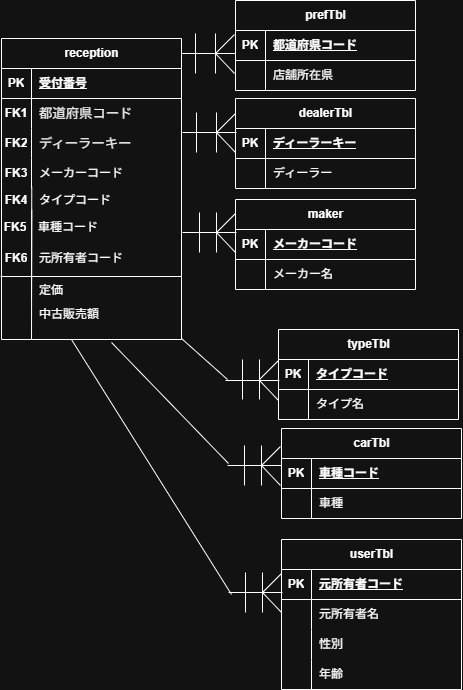
This is 理解度チェック＿正規化.drawio.png from tanakasaki1114/sql_drill, a draw.io export, as it was before one commit. Source tidied: cells renumbered, new cells last; positions are measured from the earlier drawing's top-left corner, leaving out a move shared by most shapes.
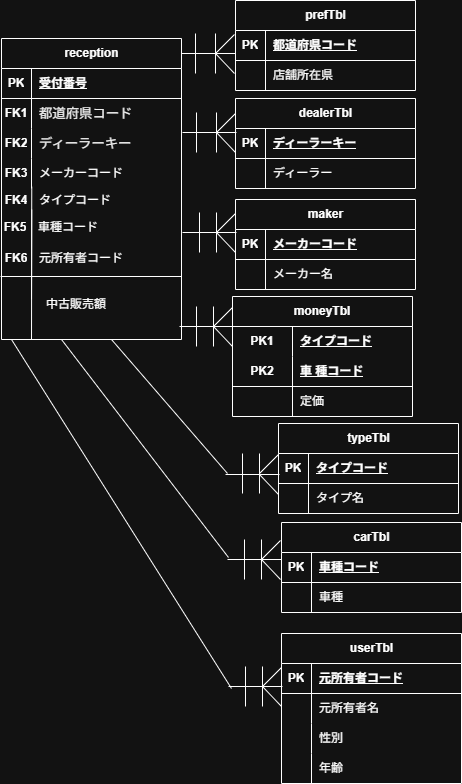
Later version of the same file.

Commit message:
修正致しました。

Diff of the diagram source:
```diff
@@ -102,7 +102,7 @@
       </mxGeometry>
     </mxCell>
     <mxCell id="20" style="group;rotation=-90;" parent="1" vertex="1">
-      <mxGeometry x="234" y="438" width="40" height="54" as="geometry" />
+      <mxGeometry x="234" y="532" width="40" height="54" as="geometry" />
     </mxCell>
     <mxCell id="21" style="endArrow=none;html=1;rounded=0;entryX=0.059;entryY=1.069;entryDx=0;entryDy=0;entryPerimeter=0;exitX=0.438;exitY=0;exitDx=0;exitDy=0;exitPerimeter=0;" parent="20" edge="1">
       <mxGeometry relative="1" as="geometry">
@@ -135,7 +135,7 @@
       </mxGeometry>
     </mxCell>
     <mxCell id="26" style="group;rotation=-90;" parent="1" vertex="1">
-      <mxGeometry x="232" y="352" width="40" height="54" as="geometry" />
+      <mxGeometry x="232" y="446" width="40" height="54" as="geometry" />
     </mxCell>
     <mxCell id="27" style="endArrow=none;html=1;rounded=0;entryX=0.059;entryY=1.069;entryDx=0;entryDy=0;entryPerimeter=0;exitX=0.438;exitY=0;exitDx=0;exitDy=0;exitPerimeter=0;" parent="26" edge="1">
       <mxGeometry relative="1" as="geometry">
@@ -168,7 +168,7 @@
       </mxGeometry>
     </mxCell>
     <mxCell id="32" style="group;rotation=-90;" parent="1" vertex="1">
-      <mxGeometry x="235" y="565" width="40" height="54" as="geometry" />
+      <mxGeometry x="235" y="659" width="40" height="54" as="geometry" />
     </mxCell>
     <mxCell id="33" style="endArrow=none;html=1;rounded=0;entryX=0.059;entryY=1.069;entryDx=0;entryDy=0;entryPerimeter=0;exitX=0.438;exitY=0;exitDx=0;exitDy=0;exitPerimeter=0;" parent="32" edge="1">
       <mxGeometry relative="1" as="geometry">
@@ -202,20 +202,20 @@
     </mxCell>
     <mxCell id="38" style="endArrow=none;html=1;rounded=0;" parent="1" edge="1">
       <mxGeometry relative="1" as="geometry">
-        <mxPoint x="181" y="338" as="sourcePoint" />
-        <mxPoint x="227" y="379" as="targetPoint" />
+        <mxPoint x="111" y="339" as="sourcePoint" />
+        <mxPoint x="227" y="473" as="targetPoint" />
       </mxGeometry>
     </mxCell>
     <mxCell id="39" style="endArrow=none;html=1;rounded=0;" parent="1" edge="1">
       <mxGeometry relative="1" as="geometry">
-        <mxPoint x="111" y="342" as="sourcePoint" />
-        <mxPoint x="228" y="463" as="targetPoint" />
+        <mxPoint x="61" y="339" as="sourcePoint" />
+        <mxPoint x="228" y="557" as="targetPoint" />
       </mxGeometry>
     </mxCell>
     <mxCell id="40" style="endArrow=none;html=1;rounded=0;" parent="1" edge="1">
       <mxGeometry relative="1" as="geometry">
-        <mxPoint x="71" y="339" as="sourcePoint" />
-        <mxPoint x="231" y="594" as="targetPoint" />
+        <mxPoint x="11" y="339" as="sourcePoint" />
+        <mxPoint x="231" y="688" as="targetPoint" />
       </mxGeometry>
     </mxCell>
     <mxCell id="41" value="reception" style="shape=table;startSize=30;rowLines=0;fontStyle=1;align=center;html=1;" parent="1" vertex="1">
@@ -278,9 +278,6 @@
     <mxCell id="59" value="元所有者コード" style="shape=partialRectangle;fillColor=none;top=0;left=0;bottom=0;right=0;align=left;spacingLeft=6;overflow=hidden;whiteSpace=wrap;html=1;" parent="1" vertex="1">
       <mxGeometry x="31" y="243" width="150" height="30" as="geometry" />
     </mxCell>
-    <mxCell id="60" value="定価" style="shape=partialRectangle;fillColor=none;top=0;left=0;bottom=0;right=0;align=left;spacingLeft=6;overflow=hidden;whiteSpace=wrap;html=1;" parent="1" vertex="1">
-      <mxGeometry x="31" y="275" width="150" height="30" as="geometry" />
-    </mxCell>
     <mxCell id="61" value="prefTbl" style="shape=table;startSize=30;rowLines=0;fontStyle=1;align=center;html=1;" parent="1" vertex="1">
       <mxGeometry x="235" width="180" height="90" as="geometry" />
     </mxCell>
@@ -357,7 +354,7 @@
       <mxGeometry x="30" y="212" width="150" height="30" as="geometry" />
     </mxCell>
     <mxCell id="85" value="typeTbl" style="shape=table;startSize=30;rowLines=0;fontStyle=1;align=center;html=1;" parent="1" vertex="1">
-      <mxGeometry x="278" y="329" width="180" height="90" as="geometry" />
+      <mxGeometry x="278" y="423" width="180" height="90" as="geometry" />
     </mxCell>
     <mxCell id="86" style="shape=tableRow;horizontal=0;startSize=0;swimlaneHead=0;swimlaneBody=0;fillColor=none;top=0;left=0;right=0;bottom=1;" parent="85" vertex="1">
       <mxGeometry y="30" width="180" height="30" as="geometry" />
@@ -378,7 +375,7 @@
       <mxGeometry x="30" width="150" height="30" as="geometry" />
     </mxCell>
     <mxCell id="92" value="carTbl" style="shape=table;startSize=30;rowLines=0;fontStyle=1;align=center;html=1;" parent="1" vertex="1">
-      <mxGeometry x="281" y="428" width="180" height="90" as="geometry" />
+      <mxGeometry x="281" y="522" width="180" height="90" as="geometry" />
     </mxCell>
     <mxCell id="93" style="shape=tableRow;horizontal=0;startSize=0;swimlaneHead=0;swimlaneBody=0;fillColor=none;top=0;left=0;right=0;bottom=1;" parent="92" vertex="1">
       <mxGeometry y="30" width="180" height="30" as="geometry" />
@@ -399,7 +396,7 @@
       <mxGeometry x="30" width="150" height="30" as="geometry" />
     </mxCell>
     <mxCell id="99" value="userTbl" style="shape=table;startSize=30;rowLines=0;fontStyle=1;align=center;html=1;" parent="1" vertex="1">
-      <mxGeometry x="281" y="539" width="180" height="150" as="geometry" />
+      <mxGeometry x="281" y="633" width="180" height="150" as="geometry" />
     </mxCell>
     <mxCell id="100" style="shape=tableRow;horizontal=0;startSize=0;swimlaneHead=0;swimlaneBody=0;fillColor=none;top=0;left=0;right=0;bottom=1;" parent="99" vertex="1">
       <mxGeometry y="30" width="180" height="30" as="geometry" />
@@ -441,7 +438,70 @@
       <mxGeometry y="271" width="181" height="10" as="geometry" />
     </mxCell>
     <mxCell id="113" value="中古販売額" style="shape=partialRectangle;fillColor=none;top=0;left=0;bottom=0;right=0;align=left;spacingLeft=6;overflow=hidden;whiteSpace=wrap;html=1;" parent="1" vertex="1">
-      <mxGeometry x="31" y="299" width="150" height="30" as="geometry" />
+      <mxGeometry x="38" y="289" width="150" height="30" as="geometry" />
     </mxCell>
+    <mxCell id="114" value="moneyTbl" style="shape=table;startSize=30;rowLines=0;fontStyle=1;align=center;html=1;whiteSpace=wrap;" parent="1" vertex="1">
+      <mxGeometry x="232" y="296" width="180" height="120" as="geometry" />
+    </mxCell>
+    <mxCell id="115" style="shape=tableRow;horizontal=0;startSize=0;swimlaneHead=0;swimlaneBody=0;fillColor=none;top=0;left=0;right=0;bottom=0;html=1;" parent="114" vertex="1">
+      <mxGeometry y="30" width="180" height="30" as="geometry" />
+    </mxCell>
+    <mxCell id="116" value="PK1" style="shape=partialRectangle;fillColor=none;top=0;left=0;bottom=0;right=0;fontStyle=1;overflow=hidden;html=1;whiteSpace=wrap;" parent="115" vertex="1">
+      <mxGeometry width="60" height="30" as="geometry" />
+    </mxCell>
+    <mxCell id="117" value="タイプコード" style="shape=partialRectangle;fillColor=none;top=0;left=0;bottom=0;right=0;align=left;spacingLeft=6;fontStyle=5;overflow=hidden;html=1;whiteSpace=wrap;" parent="115" vertex="1">
+      <mxGeometry x="60" width="120" height="30" as="geometry" />
+    </mxCell>
+    <mxCell id="118" style="shape=tableRow;horizontal=0;startSize=0;swimlaneHead=0;swimlaneBody=0;fillColor=none;top=0;left=0;right=0;bottom=1;html=1;" parent="114" vertex="1">
+      <mxGeometry y="60" width="180" height="30" as="geometry" />
+    </mxCell>
+    <mxCell id="119" value="PK2" style="shape=partialRectangle;fillColor=none;top=0;left=0;bottom=0;right=0;fontStyle=1;overflow=hidden;html=1;whiteSpace=wrap;" parent="118" vertex="1">
+      <mxGeometry width="60" height="30" as="geometry" />
+    </mxCell>
+    <mxCell id="120" value="車 種コード" style="shape=partialRectangle;fillColor=none;top=0;left=0;bottom=0;right=0;align=left;spacingLeft=6;fontStyle=5;overflow=hidden;html=1;whiteSpace=wrap;" parent="118" vertex="1">
+      <mxGeometry x="60" width="120" height="30" as="geometry" />
+    </mxCell>
+    <mxCell id="121" style="shape=tableRow;horizontal=0;startSize=0;swimlaneHead=0;swimlaneBody=0;fillColor=none;top=0;left=0;right=0;bottom=0;html=1;" parent="114" vertex="1">
+      <mxGeometry y="90" width="180" height="30" as="geometry" />
+    </mxCell>
+    <mxCell id="122" style="shape=partialRectangle;fillColor=none;top=0;left=0;bottom=0;right=0;overflow=hidden;html=1;whiteSpace=wrap;" parent="121" vertex="1">
+      <mxGeometry width="60" height="30" as="geometry" />
+    </mxCell>
+    <mxCell id="60" value="定価" style="shape=partialRectangle;fillColor=none;top=0;left=0;bottom=0;right=0;align=left;spacingLeft=6;overflow=hidden;html=1;whiteSpace=wrap;" parent="121" vertex="1">
+      <mxGeometry x="60" width="120" height="30" as="geometry" />
+    </mxCell>
+    <mxCell id="123" style="group;rotation=-90;" parent="1" vertex="1">
+      <mxGeometry x="186" y="299" width="40" height="54" as="geometry" />
+    </mxCell>
+    <mxCell id="124" style="endArrow=none;html=1;rounded=0;entryX=0.059;entryY=1.069;entryDx=0;entryDy=0;entryPerimeter=0;exitX=0.438;exitY=0;exitDx=0;exitDy=0;exitPerimeter=0;" parent="123" edge="1">
+      <mxGeometry relative="1" as="geometry">
+        <mxPoint x="47" y="27" as="sourcePoint" />
+        <mxPoint x="-7" y="27" as="targetPoint" />
+      </mxGeometry>
+    </mxCell>
+    <mxCell id="125" style="endArrow=none;html=1;rounded=0;exitX=0.314;exitY=-0.011;exitDx=0;exitDy=0;exitPerimeter=0;" parent="123" edge="1">
+      <mxGeometry relative="1" as="geometry">
+        <mxPoint x="46" y="47" as="sourcePoint" />
+        <mxPoint x="27" y="27" as="targetPoint" />
+      </mxGeometry>
+    </mxCell>
+    <mxCell id="126" style="endArrow=none;html=1;rounded=0;entryX=0.559;entryY=-0.006;entryDx=0;entryDy=0;entryPerimeter=0;" parent="123" edge="1">
+      <mxGeometry relative="1" as="geometry">
+        <mxPoint x="27" y="27" as="sourcePoint" />
+        <mxPoint x="46" y="8" as="targetPoint" />
+      </mxGeometry>
+    </mxCell>
+    <mxCell id="127" style="endArrow=none;html=1;rounded=0;" parent="123" edge="1">
+      <mxGeometry relative="1" as="geometry">
+        <mxPoint x="27" y="47" as="sourcePoint" />
+        <mxPoint x="27" y="7" as="targetPoint" />
+      </mxGeometry>
+    </mxCell>
+    <mxCell id="128" style="endArrow=none;html=1;rounded=0;" parent="123" edge="1">
+      <mxGeometry relative="1" as="geometry">
+        <mxPoint x="10" y="47" as="sourcePoint" />
+        <mxPoint x="10" y="7" as="targetPoint" />
+      </mxGeometry>
+    </mxCell>
   </root>
 </mxGraphModel>
```
